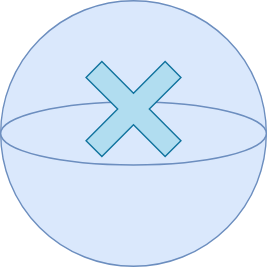
The draw.io diagram src/assets/blue.svg in hiyoko3/splat-capsule-simulator, before a commit. Source tidied: cells renumbered, new cells last; positions are measured from the earlier drawing's top-left corner, leaving out a move shared by most shapes. Its diagram source:
```xml
<mxGraphModel>
  <root>
    <mxCell id="0" />
    <mxCell id="1" parent="0" />
    <mxCell id="2" style="group;" parent="1" vertex="1">
      <mxGeometry width="190" height="190" as="geometry" />
    </mxCell>
    <mxCell id="3" style="ellipse;whiteSpace=wrap;html=1;fillColor=#dae8fc;strokeColor=#6c8ebf;" parent="2" vertex="1">
      <mxGeometry width="190" height="190" as="geometry" />
    </mxCell>
    <mxCell id="4" style="ellipse;whiteSpace=wrap;html=1;fillColor=#dae8fc;strokeColor=#6c8ebf;" parent="2" vertex="1">
      <mxGeometry y="72.5" width="190" height="45" as="geometry" />
    </mxCell>
    <mxCell id="5" style="shape=cross;whiteSpace=wrap;html=1;rotation=45;fillColor=#b1ddf0;strokeColor=#10739e;" parent="2" vertex="1">
      <mxGeometry x="55" y="37.5" width="80" height="80" as="geometry" />
    </mxCell>
  </root>
</mxGraphModel>
```
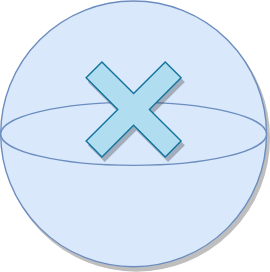
Later version of the same file.

Change to the diagram source:
```diff
@@ -2,16 +2,16 @@
   <root>
     <mxCell id="0" />
     <mxCell id="1" parent="0" />
-    <mxCell id="2" style="group;" parent="1" vertex="1">
+    <mxCell id="2" style="group;shadow=1;" parent="1" vertex="1">
       <mxGeometry width="190" height="190" as="geometry" />
     </mxCell>
-    <mxCell id="3" style="ellipse;whiteSpace=wrap;html=1;fillColor=#dae8fc;strokeColor=#6c8ebf;" parent="2" vertex="1">
+    <mxCell id="3" style="ellipse;whiteSpace=wrap;html=1;fillColor=#dae8fc;strokeColor=#6c8ebf;shadow=1;" parent="2" vertex="1">
       <mxGeometry width="190" height="190" as="geometry" />
     </mxCell>
-    <mxCell id="4" style="ellipse;whiteSpace=wrap;html=1;fillColor=#dae8fc;strokeColor=#6c8ebf;" parent="2" vertex="1">
+    <mxCell id="4" style="ellipse;whiteSpace=wrap;html=1;fillColor=#dae8fc;strokeColor=#6c8ebf;shadow=0;" parent="2" vertex="1">
       <mxGeometry y="72.5" width="190" height="45" as="geometry" />
     </mxCell>
-    <mxCell id="5" style="shape=cross;whiteSpace=wrap;html=1;rotation=45;fillColor=#b1ddf0;strokeColor=#10739e;" parent="2" vertex="1">
+    <mxCell id="5" style="shape=cross;whiteSpace=wrap;html=1;rotation=45;fillColor=#b1ddf0;strokeColor=#10739e;shadow=1;" parent="2" vertex="1">
       <mxGeometry x="55" y="37.5" width="80" height="80" as="geometry" />
     </mxCell>
   </root>
```
